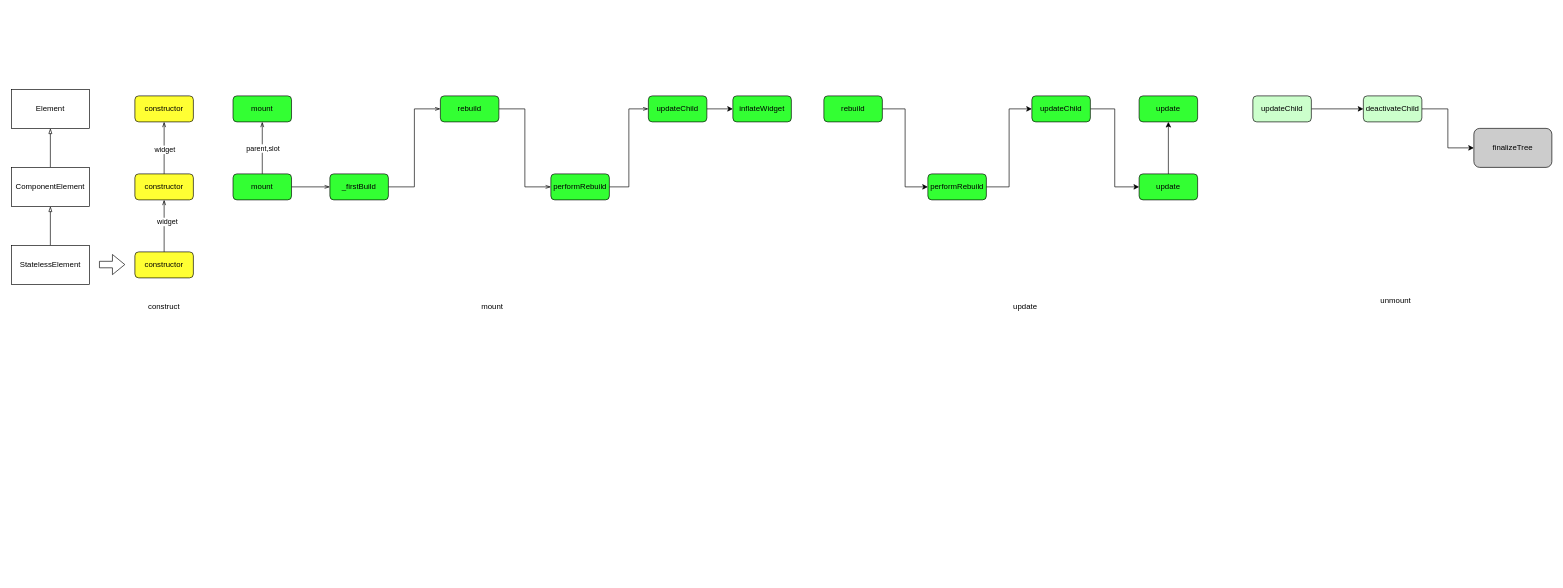
The draw.io diagram flutter/stateless_element.drawio in rockstore/diagram, before the edit. Source tidied: cells renumbered, new cells numbered last; positions are measured from the earlier drawing's top-left corner, leaving out a move shared by most shapes. Both pictures are drawn from the tidied source at 65%, with x=0, y=0 at pixel (11, 89).
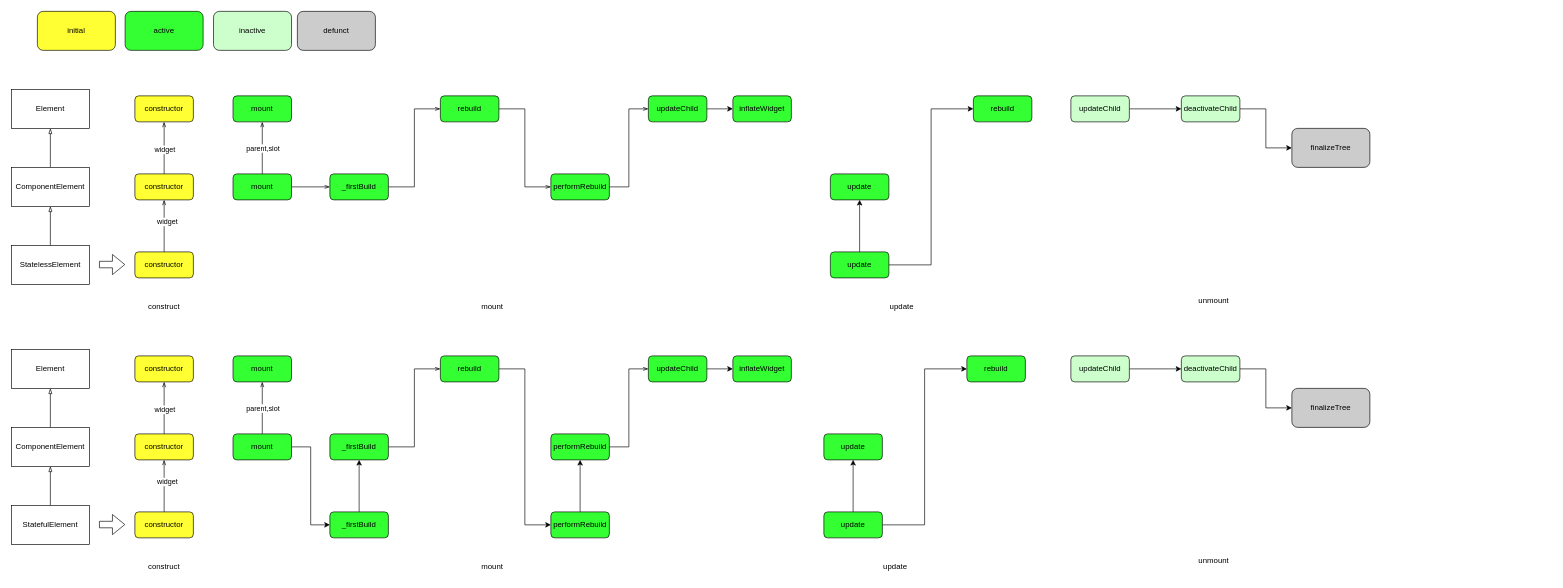
The same diagram, later.

The edit, as a diff of the source:
```diff
@@
-    <mxCell id="31" style="edgeStyle=orthogonalEdgeStyle;rounded=0;jettySize=auto;html=1;exitX=1;exitY=0.5;exitDx=0;exitDy=0;entryX=0;entryY=0.5;entryDx=0;entryDy=0;" parent="1" edge="1" source="32" target="34">
-      <mxGeometry relative="1" as="geometry" />
-    </mxCell>
-    <mxCell id="32" value="rebuild" style="rounded=1;whiteSpace=wrap;html=1;fillColor=#33FF33;" parent="1" vertex="1">
-      <mxGeometry x="1250" y="10" width="90" height="40" as="geometry" />
-    </mxCell>
-    <mxCell id="33" style="edgeStyle=orthogonalEdgeStyle;rounded=0;jettySize=auto;html=1;exitX=1;exitY=0.5;exitDx=0;exitDy=0;entryX=0;entryY=0.5;entryDx=0;entryDy=0;" parent="1" edge="1" source="34" target="36">
-      <mxGeometry relative="1" as="geometry" />
-    </mxCell>
-    <mxCell id="34" value="performRebuild" style="rounded=1;whiteSpace=wrap;html=1;fillColor=#33FF33;" parent="1" vertex="1">
-      <mxGeometry x="1410" y="130" width="90" height="40" as="geometry" />
-    </mxCell>
-    <mxCell id="35" style="edgeStyle=orthogonalEdgeStyle;rounded=0;jettySize=auto;html=1;exitX=1;exitY=0.5;exitDx=0;exitDy=0;entryX=0;entryY=0.5;entryDx=0;entryDy=0;" parent="1" edge="1" source="36" target="38">
-      <mxGeometry relative="1" as="geometry" />
-    </mxCell>
-    <mxCell id="36" value="updateChild" style="rounded=1;whiteSpace=wrap;html=1;fillColor=#33FF33;" parent="1" vertex="1">
-      <mxGeometry x="1570" y="10" width="90" height="40" as="geometry" />
-    </mxCell>
@@
+    <mxCell id="47" style="edgeStyle=orthogonalEdgeStyle;rounded=0;jettySize=auto;html=1;exitX=1;exitY=0.5;exitDx=0;exitDy=0;entryX=0;entryY=0.5;entryDx=0;entryDy=0;" parent="1" edge="1" source="38" target="86">
+      <mxGeometry relative="1" as="geometry" />
+    </mxCell>
     <mxCell id="38" value="update" style="rounded=1;whiteSpace=wrap;html=1;fillColor=#33FF33;" parent="1" vertex="1">
-      <mxGeometry x="1735" y="130" width="90" height="40" as="geometry" />
+      <mxGeometry x="1260" y="250" width="90" height="40" as="geometry" />
     </mxCell>
     <mxCell id="39" value="update" style="rounded=1;whiteSpace=wrap;html=1;fillColor=#33FF33;" parent="1" vertex="1">
-      <mxGeometry x="1735" y="10" width="90" height="40" as="geometry" />
+      <mxGeometry x="1260" y="130" width="90" height="40" as="geometry" />
     </mxCell>
     <mxCell id="40" value="update" style="text;html=1;strokeColor=none;fillColor=none;align=center;verticalAlign=middle;whiteSpace=wrap;rounded=0;" parent="1" vertex="1">
-      <mxGeometry x="1530" y="320" width="60" height="30" as="geometry" />
+      <mxGeometry x="1340" y="320" width="60" height="30" as="geometry" />
     </mxCell>
     <mxCell id="41" value="unmount" style="text;html=1;strokeColor=none;fillColor=none;align=center;verticalAlign=middle;whiteSpace=wrap;rounded=0;" parent="1" vertex="1">
-      <mxGeometry x="2100" y="310" width="60" height="30" as="geometry" />
+      <mxGeometry x="1820" y="310" width="60" height="30" as="geometry" />
     </mxCell>
@@
     <mxCell id="43" value="updateChild" style="rounded=1;whiteSpace=wrap;html=1;fillColor=#CCFFCC;" parent="1" vertex="1">
-      <mxGeometry x="1910" y="10" width="90" height="40" as="geometry" />
+      <mxGeometry x="1630" y="10" width="90" height="40" as="geometry" />
     </mxCell>
@@
     <mxCell id="45" value="deactivateChild" style="rounded=1;whiteSpace=wrap;html=1;fillColor=#CCFFCC;" parent="1" vertex="1">
-      <mxGeometry x="2080" y="10" width="90" height="40" as="geometry" />
+      <mxGeometry x="1800" y="10" width="90" height="40" as="geometry" />
     </mxCell>
     <mxCell id="46" value="finalizeTree" style="rounded=1;whiteSpace=wrap;html=1;fillColor=#CCCCCC;" parent="1" vertex="1">
-      <mxGeometry x="2250" y="60" width="120" height="60" as="geometry" />
+      <mxGeometry x="1970" y="60" width="120" height="60" as="geometry" />
     </mxCell>
+    <mxCell id="48" style="edgeStyle=orthogonalEdgeStyle;rounded=0;jettySize=auto;html=1;exitX=0.5;exitY=0;exitDx=0;exitDy=0;entryX=0.5;entryY=1;entryDx=0;entryDy=0;endArrow=blockThin;endFill=0;" parent="1" edge="1" source="49" target="51">
+      <mxGeometry relative="1" as="geometry" />
+    </mxCell>
+    <mxCell id="49" value="StatefulElement" style="rounded=0;whiteSpace=wrap;html=1;" parent="1" vertex="1">
+      <mxGeometry y="640" width="120" height="60" as="geometry" />
+    </mxCell>
+    <mxCell id="50" style="edgeStyle=orthogonalEdgeStyle;rounded=0;jettySize=auto;html=1;exitX=0.5;exitY=0;exitDx=0;exitDy=0;entryX=0.5;entryY=1;entryDx=0;entryDy=0;endArrow=blockThin;endFill=0;" parent="1" edge="1" source="51" target="52">
+      <mxGeometry relative="1" as="geometry" />
+    </mxCell>
+    <mxCell id="51" value="ComponentElement" style="rounded=0;whiteSpace=wrap;html=1;" parent="1" vertex="1">
+      <mxGeometry y="520" width="120" height="60" as="geometry" />
+    </mxCell>
+    <mxCell id="52" value="Element" style="rounded=0;whiteSpace=wrap;html=1;" parent="1" vertex="1">
+      <mxGeometry y="400" width="120" height="60" as="geometry" />
+    </mxCell>
+    <mxCell id="53" value="construct" style="text;html=1;strokeColor=none;fillColor=none;align=center;verticalAlign=middle;whiteSpace=wrap;rounded=0;" parent="1" vertex="1">
+      <mxGeometry x="205" y="720" width="60" height="30" as="geometry" />
+    </mxCell>
+    <mxCell id="54" style="edgeStyle=orthogonalEdgeStyle;rounded=0;jettySize=auto;html=1;exitX=0.5;exitY=0;exitDx=0;exitDy=0;entryX=0.5;entryY=1;entryDx=0;entryDy=0;endArrow=openThin;endFill=0;" parent="1" edge="1" source="56" target="59">
+      <mxGeometry relative="1" as="geometry" />
+    </mxCell>
+    <mxCell id="55" value="widget" style="edgeLabel;html=1;align=center;verticalAlign=middle;" parent="54" vertex="1">
+      <mxGeometry x="0.17" y="-4" relative="1" as="geometry" />
+    </mxCell>
+    <mxCell id="56" value="constructor" style="rounded=1;whiteSpace=wrap;html=1;fillColor=#FFFF33;" parent="1" vertex="1">
+      <mxGeometry x="190" y="650" width="90" height="40" as="geometry" />
+    </mxCell>
+    <mxCell id="57" style="edgeStyle=orthogonalEdgeStyle;rounded=0;jettySize=auto;html=1;exitX=0.5;exitY=0;exitDx=0;exitDy=0;entryX=0.5;entryY=1;entryDx=0;entryDy=0;endArrow=openThin;endFill=0;" parent="1" edge="1" source="59" target="60">
+      <mxGeometry relative="1" as="geometry" />
+    </mxCell>
+    <mxCell id="58" value="widget" style="edgeLabel;html=1;align=center;verticalAlign=middle;" parent="57" vertex="1">
+      <mxGeometry x="-0.05" relative="1" as="geometry" />
+    </mxCell>
+    <mxCell id="59" value="constructor" style="rounded=1;whiteSpace=wrap;html=1;fillColor=#FFFF33;" parent="1" vertex="1">
+      <mxGeometry x="190" y="530" width="90" height="40" as="geometry" />
+    </mxCell>
+    <mxCell id="60" value="constructor" style="rounded=1;whiteSpace=wrap;html=1;fillColor=#FFFF33;" parent="1" vertex="1">
+      <mxGeometry x="190" y="410" width="90" height="40" as="geometry" />
+    </mxCell>
+    <mxCell id="61" style="edgeStyle=orthogonalEdgeStyle;rounded=0;jettySize=auto;html=1;exitX=0.5;exitY=0;exitDx=0;exitDy=0;entryX=0.5;entryY=1;entryDx=0;entryDy=0;endArrow=openThin;endFill=0;" parent="1" edge="1" source="64" target="65">
+      <mxGeometry relative="1" as="geometry" />
+    </mxCell>
+    <mxCell id="62" value="parent,slot" style="edgeLabel;html=1;align=center;verticalAlign=middle;" parent="61" vertex="1">
+      <mxGeometry relative="1" as="geometry" />
+    </mxCell>
+    <mxCell id="63" style="edgeStyle=orthogonalEdgeStyle;rounded=0;jettySize=auto;html=1;exitX=1;exitY=0.5;exitDx=0;exitDy=0;entryX=0;entryY=0.5;entryDx=0;entryDy=0;" parent="1" edge="1" source="64" target="83">
+      <mxGeometry relative="1" as="geometry" />
+    </mxCell>
+    <mxCell id="64" value="mount" style="rounded=1;whiteSpace=wrap;html=1;fillColor=#33FF33;" parent="1" vertex="1">
+      <mxGeometry x="341" y="530" width="90" height="40" as="geometry" />
+    </mxCell>
+    <mxCell id="65" value="mount" style="rounded=1;whiteSpace=wrap;html=1;fillColor=#33FF33;" parent="1" vertex="1">
+      <mxGeometry x="341" y="410" width="90" height="40" as="geometry" />
+    </mxCell>
+    <mxCell id="66" style="shape=flexArrow;endArrow=classic;html=1;rounded=0;" parent="1" edge="1">
+      <mxGeometry relative="1" as="geometry">
+        <mxPoint x="135" y="669.5" as="sourcePoint" />
+        <mxPoint x="175" y="669.5" as="targetPoint" />
+      </mxGeometry>
+    </mxCell>
+    <mxCell id="67" style="edgeStyle=orthogonalEdgeStyle;rounded=0;jettySize=auto;html=1;exitX=1;exitY=0.5;exitDx=0;exitDy=0;entryX=0;entryY=0.5;entryDx=0;entryDy=0;endArrow=openThin;endFill=0;" parent="1" edge="1" source="68" target="70">
+      <mxGeometry relative="1" as="geometry" />
+    </mxCell>
+    <mxCell id="68" value="_firstBuild" style="rounded=1;whiteSpace=wrap;html=1;fillColor=#33FF33;" parent="1" vertex="1">
+      <mxGeometry x="490" y="530" width="90" height="40" as="geometry" />
+    </mxCell>
+    <mxCell id="69" style="edgeStyle=orthogonalEdgeStyle;rounded=0;jettySize=auto;html=1;exitX=1;exitY=0.5;exitDx=0;exitDy=0;entryX=0;entryY=0.5;entryDx=0;entryDy=0;" parent="1" edge="1" source="70" target="85">
+      <mxGeometry relative="1" as="geometry" />
+    </mxCell>
+    <mxCell id="70" value="rebuild" style="rounded=1;whiteSpace=wrap;html=1;fillColor=#33FF33;" parent="1" vertex="1">
+      <mxGeometry x="660" y="410" width="90" height="40" as="geometry" />
+    </mxCell>
+    <mxCell id="71" style="edgeStyle=orthogonalEdgeStyle;rounded=0;jettySize=auto;html=1;exitX=1;exitY=0.5;exitDx=0;exitDy=0;entryX=0;entryY=0.5;entryDx=0;entryDy=0;endArrow=openThin;endFill=0;" parent="1" edge="1" source="72" target="36">
+      <mxGeometry relative="1" as="geometry" />
+    </mxCell>
+    <mxCell id="72" value="performRebuild" style="rounded=1;whiteSpace=wrap;html=1;fillColor=#33FF33;" parent="1" vertex="1">
+      <mxGeometry x="830" y="530" width="90" height="40" as="geometry" />
+    </mxCell>
+    <mxCell id="73" style="edgeStyle=orthogonalEdgeStyle;rounded=0;jettySize=auto;html=1;exitX=1;exitY=0.5;exitDx=0;exitDy=0;entryX=0;entryY=0.5;entryDx=0;entryDy=0;" parent="1" edge="1" source="36" target="75">
+      <mxGeometry relative="1" as="geometry" />
+    </mxCell>
+    <mxCell id="36" value="updateChild" style="rounded=1;whiteSpace=wrap;html=1;fillColor=#33FF33;" parent="1" vertex="1">
+      <mxGeometry x="980" y="410" width="90" height="40" as="geometry" />
+    </mxCell>
+    <mxCell id="74" value="mount" style="text;html=1;strokeColor=none;fillColor=none;align=center;verticalAlign=middle;whiteSpace=wrap;rounded=0;" parent="1" vertex="1">
+      <mxGeometry x="710" y="720" width="60" height="30" as="geometry" />
+    </mxCell>
+    <mxCell id="75" value="inflateWidget" style="rounded=1;whiteSpace=wrap;html=1;fillColor=#33FF33;" parent="1" vertex="1">
+      <mxGeometry x="1110" y="410" width="90" height="40" as="geometry" />
+    </mxCell>
+    <mxCell id="76" value="unmount" style="text;html=1;strokeColor=none;fillColor=none;align=center;verticalAlign=middle;whiteSpace=wrap;rounded=0;" parent="1" vertex="1">
+      <mxGeometry x="1820" y="710" width="60" height="30" as="geometry" />
+    </mxCell>
+    <mxCell id="77" style="edgeStyle=orthogonalEdgeStyle;rounded=0;jettySize=auto;html=1;exitX=1;exitY=0.5;exitDx=0;exitDy=0;entryX=0;entryY=0.5;entryDx=0;entryDy=0;" parent="1" edge="1" source="78" target="80">
+      <mxGeometry relative="1" as="geometry" />
+    </mxCell>
+    <mxCell id="78" value="updateChild" style="rounded=1;whiteSpace=wrap;html=1;fillColor=#CCFFCC;" parent="1" vertex="1">
+      <mxGeometry x="1630" y="410" width="90" height="40" as="geometry" />
+    </mxCell>
+    <mxCell id="79" style="edgeStyle=orthogonalEdgeStyle;rounded=0;jettySize=auto;html=1;exitX=1;exitY=0.5;exitDx=0;exitDy=0;entryX=0;entryY=0.5;entryDx=0;entryDy=0;" parent="1" edge="1" source="80" target="81">
+      <mxGeometry relative="1" as="geometry" />
+    </mxCell>
+    <mxCell id="80" value="deactivateChild" style="rounded=1;whiteSpace=wrap;html=1;fillColor=#CCFFCC;" parent="1" vertex="1">
+      <mxGeometry x="1800" y="410" width="90" height="40" as="geometry" />
+    </mxCell>
+    <mxCell id="81" value="finalizeTree" style="rounded=1;whiteSpace=wrap;html=1;fillColor=#CCCCCC;" parent="1" vertex="1">
+      <mxGeometry x="1970" y="460" width="120" height="60" as="geometry" />
+    </mxCell>
+    <mxCell id="82" style="edgeStyle=orthogonalEdgeStyle;rounded=0;jettySize=auto;html=1;exitX=0.5;exitY=0;exitDx=0;exitDy=0;entryX=0.5;entryY=1;entryDx=0;entryDy=0;" parent="1" edge="1" source="83" target="68">
+      <mxGeometry relative="1" as="geometry" />
+    </mxCell>
+    <mxCell id="83" value="_firstBuild" style="rounded=1;whiteSpace=wrap;html=1;fillColor=#33FF33;" parent="1" vertex="1">
+      <mxGeometry x="490" y="650" width="90" height="40" as="geometry" />
+    </mxCell>
+    <mxCell id="84" style="edgeStyle=orthogonalEdgeStyle;rounded=0;jettySize=auto;html=1;exitX=0.5;exitY=0;exitDx=0;exitDy=0;entryX=0.5;entryY=1;entryDx=0;entryDy=0;" parent="1" edge="1" source="85" target="72">
+      <mxGeometry relative="1" as="geometry" />
+    </mxCell>
+    <mxCell id="85" value="performRebuild" style="rounded=1;whiteSpace=wrap;html=1;fillColor=#33FF33;" parent="1" vertex="1">
+      <mxGeometry x="830" y="650" width="90" height="40" as="geometry" />
+    </mxCell>
+    <mxCell id="86" value="rebuild" style="rounded=1;whiteSpace=wrap;html=1;fillColor=#33FF33;" parent="1" vertex="1">
+      <mxGeometry x="1480" y="10" width="90" height="40" as="geometry" />
+    </mxCell>
+    <mxCell id="87" style="edgeStyle=orthogonalEdgeStyle;rounded=0;jettySize=auto;html=1;exitX=0.5;exitY=0;exitDx=0;exitDy=0;entryX=0.5;entryY=1;entryDx=0;entryDy=0;" parent="1" edge="1" source="89" target="90">
+      <mxGeometry relative="1" as="geometry" />
+    </mxCell>
+    <mxCell id="88" style="edgeStyle=orthogonalEdgeStyle;rounded=0;jettySize=auto;html=1;exitX=1;exitY=0.5;exitDx=0;exitDy=0;entryX=0;entryY=0.5;entryDx=0;entryDy=0;" parent="1" edge="1" source="89" target="92">
+      <mxGeometry relative="1" as="geometry" />
+    </mxCell>
+    <mxCell id="89" value="update" style="rounded=1;whiteSpace=wrap;html=1;fillColor=#33FF33;" parent="1" vertex="1">
+      <mxGeometry x="1250" y="650" width="90" height="40" as="geometry" />
+    </mxCell>
+    <mxCell id="90" value="update" style="rounded=1;whiteSpace=wrap;html=1;fillColor=#33FF33;" parent="1" vertex="1">
+      <mxGeometry x="1250" y="530" width="90" height="40" as="geometry" />
+    </mxCell>
+    <mxCell id="91" value="update" style="text;html=1;strokeColor=none;fillColor=none;align=center;verticalAlign=middle;whiteSpace=wrap;rounded=0;" parent="1" vertex="1">
+      <mxGeometry x="1330" y="720" width="60" height="30" as="geometry" />
+    </mxCell>
+    <mxCell id="92" value="rebuild" style="rounded=1;whiteSpace=wrap;html=1;fillColor=#33FF33;" parent="1" vertex="1">
+      <mxGeometry x="1470" y="410" width="90" height="40" as="geometry" />
+    </mxCell>
+    <mxCell id="93" value="initial" style="rounded=1;whiteSpace=wrap;html=1;fillColor=#FFFF33;" parent="1" vertex="1">
+      <mxGeometry x="40" y="-120" width="120" height="60" as="geometry" />
+    </mxCell>
+    <mxCell id="94" value="defunct" style="rounded=1;whiteSpace=wrap;html=1;fillColor=#CCCCCC;" parent="1" vertex="1">
+      <mxGeometry x="440" y="-120" width="120" height="60" as="geometry" />
+    </mxCell>
+    <mxCell id="95" value="inactive" style="rounded=1;whiteSpace=wrap;html=1;fillColor=#CCFFCC;" parent="1" vertex="1">
+      <mxGeometry x="311" y="-120" width="120" height="60" as="geometry" />
+    </mxCell>
+    <mxCell id="96" value="active" style="rounded=1;whiteSpace=wrap;html=1;fillColor=#33FF33;" parent="1" vertex="1">
+      <mxGeometry x="175" y="-120" width="120" height="60" as="geometry" />
+    </mxCell>
```
